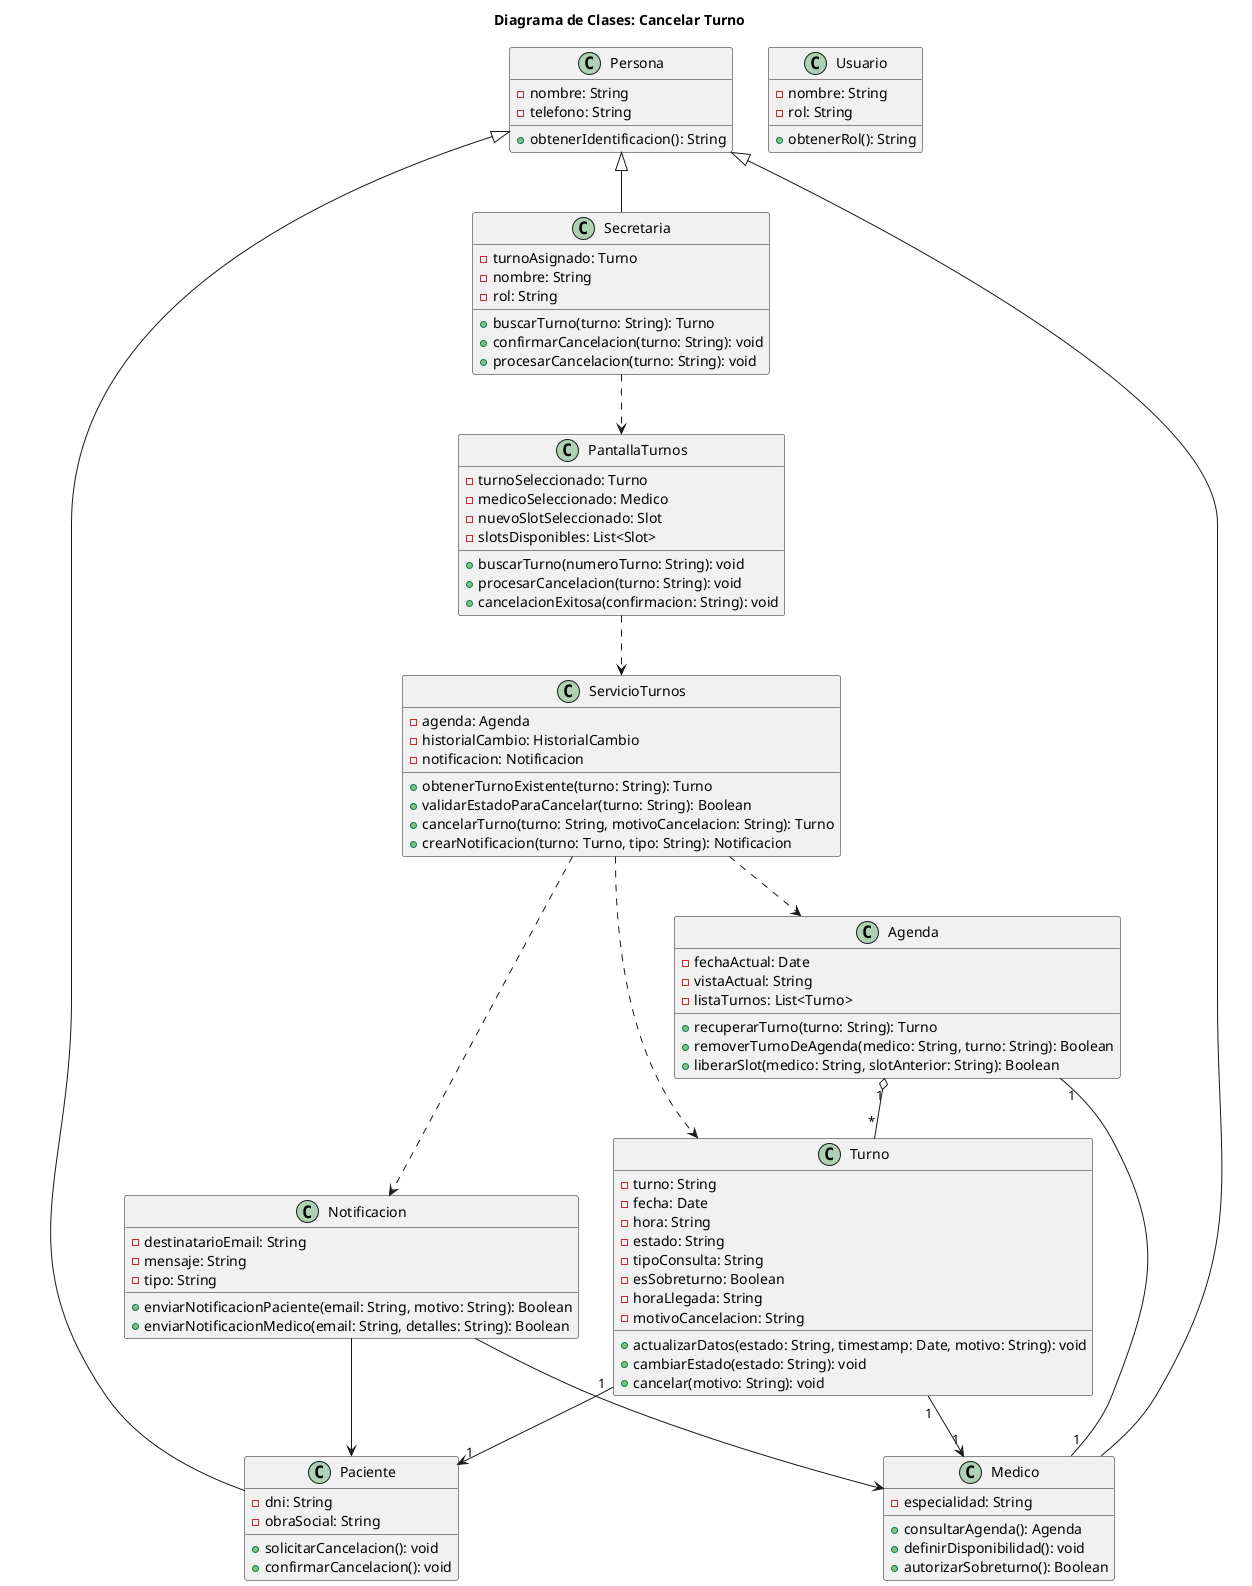
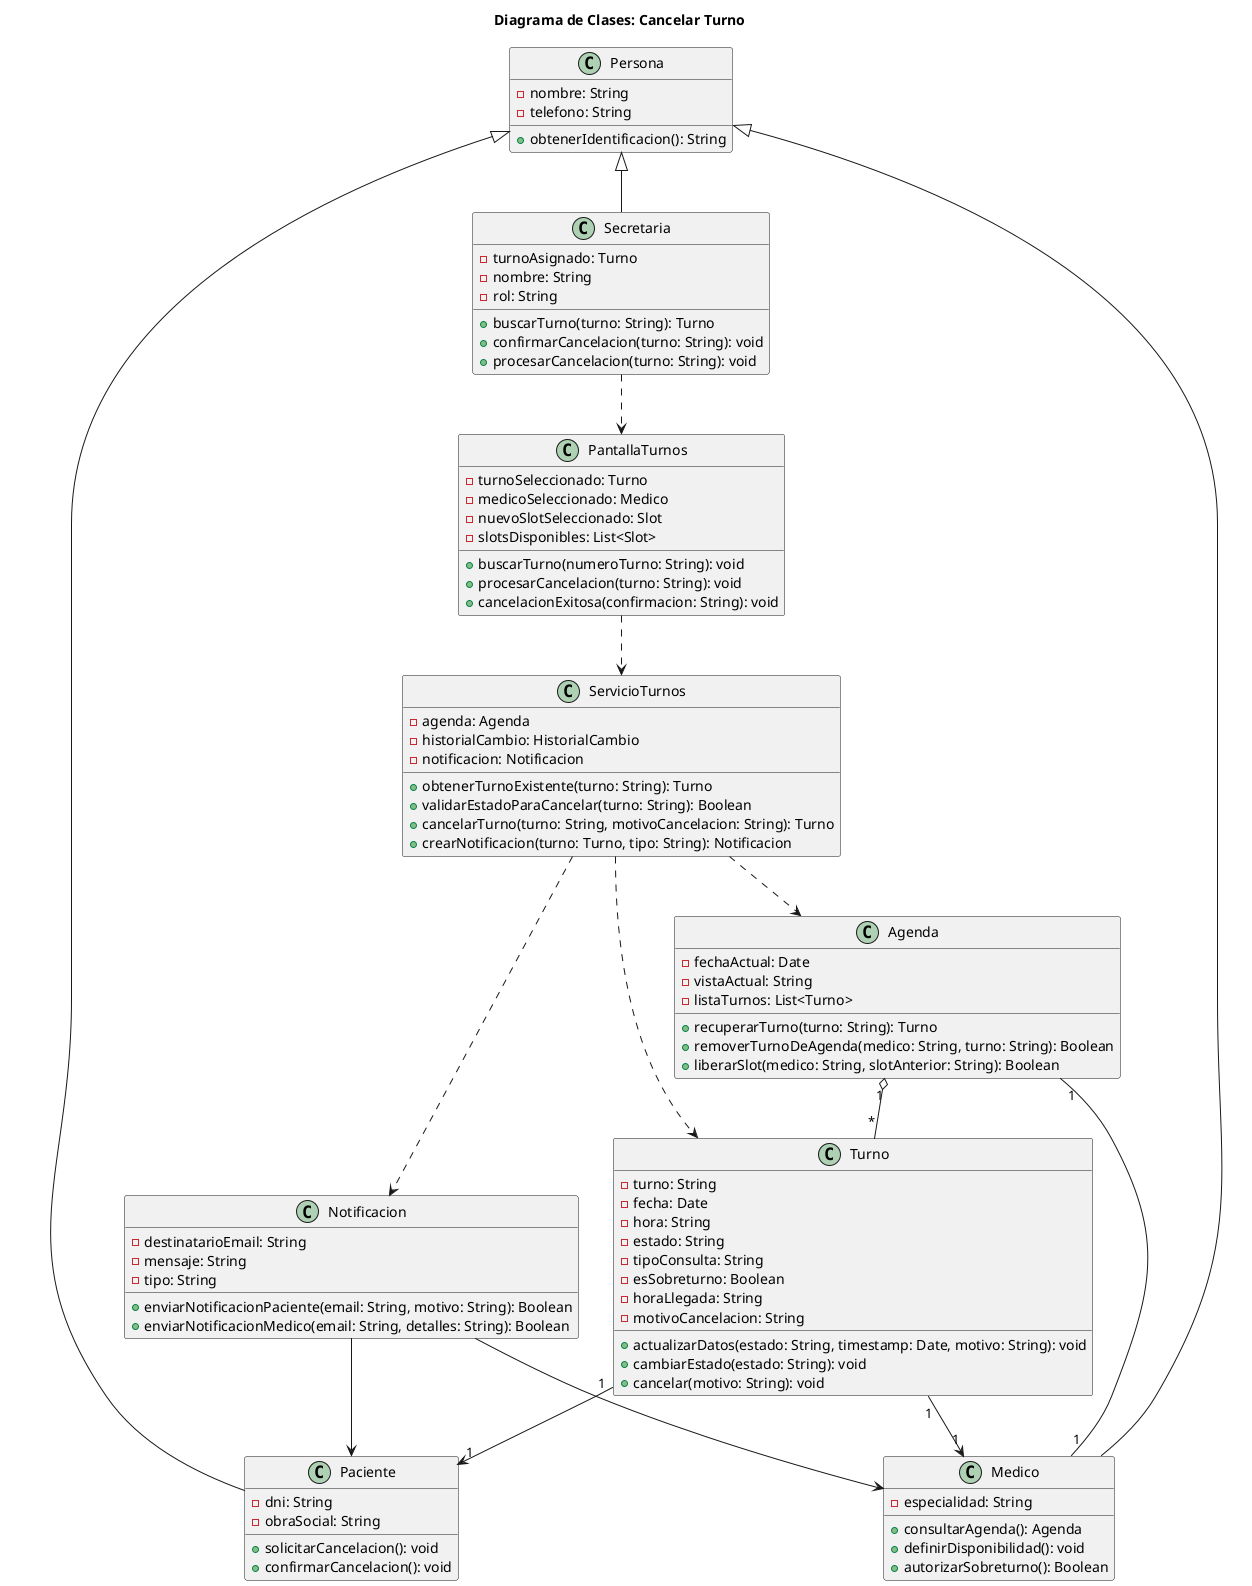
@startuml 03-clases-cancelar-turno-03
title Diagrama de Clases: Cancelar Turno

class Persona {
  - nombre: String
  - telefono: String
  + obtenerIdentificacion(): String
- }
- 
- class Usuario {
-   - nombre: String
-   - rol: String
-   + obtenerRol(): String
}

class Paciente {
  - dni: String
  - obraSocial: String
  + solicitarCancelacion(): void
  + confirmarCancelacion(): void
}

class Secretaria {
  - turnoAsignado: Turno
  - nombre: String
  - rol: String
  + buscarTurno(turno: String): Turno
  + confirmarCancelacion(turno: String): void
  + procesarCancelacion(turno: String): void
}

class Medico {
  - especialidad: String
  + consultarAgenda(): Agenda
  + definirDisponibilidad(): void
  + autorizarSobreturno(): Boolean
}

class Agenda {
  - fechaActual: Date
  - vistaActual: String
  - listaTurnos: List<Turno>
  + recuperarTurno(turno: String): Turno
  + removerTurnoDeAgenda(medico: String, turno: String): Boolean
  + liberarSlot(medico: String, slotAnterior: String): Boolean
}

class Turno {
  - turno: String
  - fecha: Date
  - hora: String
  - estado: String
  - tipoConsulta: String
  - esSobreturno: Boolean
  - horaLlegada: String
  - motivoCancelacion: String
  + actualizarDatos(estado: String, timestamp: Date, motivo: String): void
  + cambiarEstado(estado: String): void
  + cancelar(motivo: String): void
}

class Notificacion {
  - destinatarioEmail: String
  - mensaje: String
  - tipo: String
  + enviarNotificacionPaciente(email: String, motivo: String): Boolean
  + enviarNotificacionMedico(email: String, detalles: String): Boolean
}

class ServicioTurnos {
  - agenda: Agenda
  - historialCambio: HistorialCambio
  - notificacion: Notificacion
  + obtenerTurnoExistente(turno: String): Turno
  + validarEstadoParaCancelar(turno: String): Boolean
  + cancelarTurno(turno: String, motivoCancelacion: String): Turno
  + crearNotificacion(turno: Turno, tipo: String): Notificacion
}

class PantallaTurnos {
  - turnoSeleccionado: Turno
  - medicoSeleccionado: Medico
  - nuevoSlotSeleccionado: Slot
  - slotsDisponibles: List<Slot>
  + buscarTurno(numeroTurno: String): void
  + procesarCancelacion(turno: String): void
  + cancelacionExitosa(confirmacion: String): void
}

Persona <|-- Paciente
Persona <|-- Medico
Persona <|-- Secretaria

Agenda "1" o-- "*" Turno
Agenda "1" -- "1" Medico
Turno "1" --> "1" Paciente
Turno "1" --> "1" Medico
ServicioTurnos ..> Agenda
ServicioTurnos ..> Turno
ServicioTurnos ..> Notificacion
PantallaTurnos ..> ServicioTurnos
Secretaria ..> PantallaTurnos
Notificacion --> Paciente
Notificacion --> Medico

@enduml